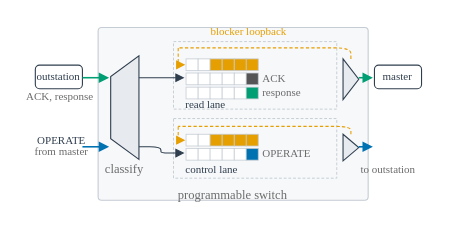
Above: paper/rewrite/figures/fig_design.drawio in akekulip/DNP3_obf (draw.io), before the change. Source tidied: cells renumbered, new cells numbered last; positions are measured from the earlier drawing's top-left corner, leaving out a move shared by most shapes. Both pictures are drawn from the tidied source at 157%, with x=0, y=0 at pixel (35, 25).
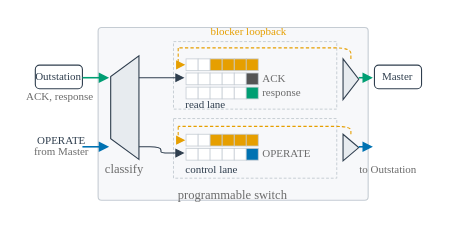
After the change.

The edit, as a diff of the source:
```diff
@@
-    <mxCell id="4" value="outstation" style="rounded=1;arcSize=18;fillColor=#FFFFFF;strokeColor=#2F3E4E;strokeWidth=0.7;fontFamily=Times New Roman;fontSize=7;fontColor=#2F3E4E;verticalAlign=middle;align=center;" parent="1" vertex="1">
+    <mxCell id="4" value="Outstation" style="rounded=1;arcSize=18;fillColor=#FFFFFF;strokeColor=#2F3E4E;strokeWidth=0.7;fontFamily=Times New Roman;fontSize=7;fontColor=#2F3E4E;verticalAlign=middle;align=center;" parent="1" vertex="1">
       <mxGeometry y="25" width="30" height="15" as="geometry" />
     </mxCell>
-    <mxCell id="5" value="master" style="rounded=1;arcSize=18;fillColor=#FFFFFF;strokeColor=#2F3E4E;strokeWidth=0.7;fontFamily=Times New Roman;fontSize=7;fontColor=#2F3E4E;verticalAlign=middle;align=center;" parent="1" vertex="1">
+    <mxCell id="5" value="Master" style="rounded=1;arcSize=18;fillColor=#FFFFFF;strokeColor=#2F3E4E;strokeWidth=0.7;fontFamily=Times New Roman;fontSize=7;fontColor=#2F3E4E;verticalAlign=middle;align=center;" parent="1" vertex="1">
       <mxGeometry x="216" y="25" width="30" height="15" as="geometry" />
     </mxCell>
@@
-    <mxCell id="8" value="from master" style="text;html=0;strokeColor=none;fillColor=none;align=center;verticalAlign=middle;fontFamily=Times New Roman;fontSize=7;fontColor=#6B6B6B;spacing=0;" parent="1" vertex="1">
+    <mxCell id="8" value="from Master" style="text;html=0;strokeColor=none;fillColor=none;align=center;verticalAlign=middle;fontFamily=Times New Roman;fontSize=7;fontColor=#6B6B6B;spacing=0;" parent="1" vertex="1">
       <mxGeometry y="76" width="34" height="9" as="geometry" />
     </mxCell>
@@
-    <mxCell id="56" value="to outstation" style="text;html=0;strokeColor=none;fillColor=none;align=center;verticalAlign=middle;fontFamily=Times New Roman;fontSize=7;fontColor=#6B6B6B;spacing=0;" parent="1" vertex="1">
+    <mxCell id="56" value="to Outstation" style="text;html=0;strokeColor=none;fillColor=none;align=center;verticalAlign=middle;fontFamily=Times New Roman;fontSize=7;fontColor=#6B6B6B;spacing=0;" parent="1" vertex="1">
       <mxGeometry x="202" y="87" width="46" height="9" as="geometry" />
     </mxCell>
```
